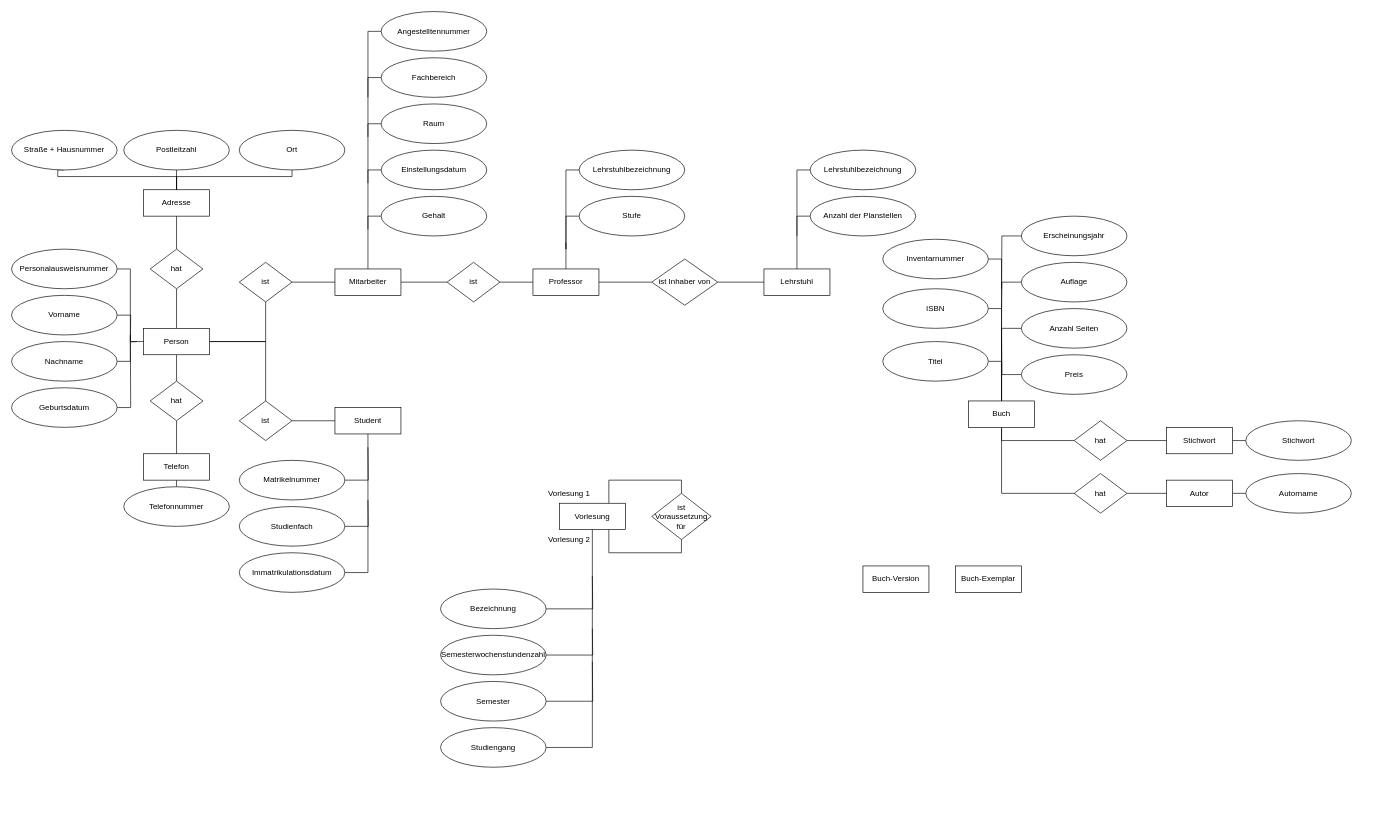
Above: Universitaetsbeispiel.drawio in ingvargundahar/ER_Diagrams (draw.io), before the change. Source tidied: cells renumbered, new cells numbered last; positions are measured from the earlier drawing's top-left corner, leaving out a move shared by most shapes. Both pictures are drawn from the tidied source at 66%, with x=0, y=0 at pixel (11, 11).
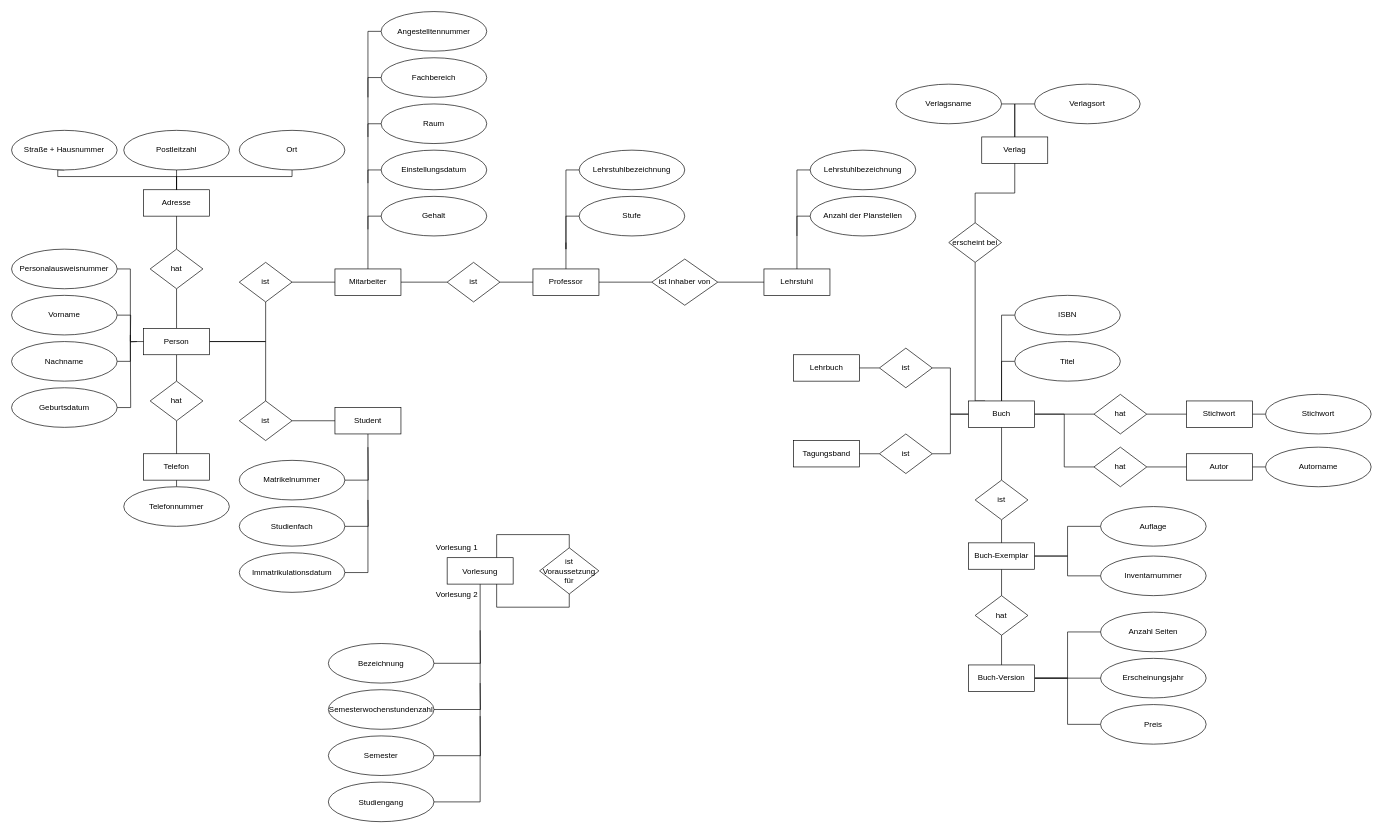
The same page after the edit.

Unchanged cells that the change refers to:
```xml
<mxCell id="86" value="Buch" style="whiteSpace=wrap;html=1;align=center;" parent="1" vertex="1">
  <mxGeometry x="1450" y="590" width="100" height="40" as="geometry" />
</mxCell>
```

The edit, as a diff of the source:
```diff
@@
     <mxCell id="69" value="Vorlesung" style="whiteSpace=wrap;html=1;align=center;" parent="1" vertex="1">
-      <mxGeometry x="830" y="745" width="100" height="40" as="geometry" />
+      <mxGeometry x="660" y="827.5" width="100" height="40" as="geometry" />
     </mxCell>
@@
     <mxCell id="71" value="ist Voraussetzung für" style="shape=rhombus;perimeter=rhombusPerimeter;whiteSpace=wrap;html=1;align=center;" parent="1" vertex="1">
-      <mxGeometry x="970" y="730" width="90" height="70" as="geometry" />
+      <mxGeometry x="800" y="812.5" width="90" height="70" as="geometry" />
     </mxCell>
     <mxCell id="72" style="edgeStyle=orthogonalEdgeStyle;rounded=0;jettySize=auto;html=1;exitX=1;exitY=0.5;exitDx=0;exitDy=0;endArrow=none;endFill=0;" parent="1" edge="1" source="73">
       <mxGeometry relative="1" as="geometry">
-        <mxPoint x="880" y="855" as="targetPoint" />
+        <mxPoint x="710" y="937.5" as="targetPoint" />
       </mxGeometry>
     </mxCell>
     <mxCell id="73" value="Bezeichnung" style="ellipse;whiteSpace=wrap;html=1;align=center;" parent="1" vertex="1">
-      <mxGeometry x="650" y="875" width="160" height="60" as="geometry" />
+      <mxGeometry x="480" y="957.5" width="160" height="60" as="geometry" />
     </mxCell>
     <mxCell id="74" style="edgeStyle=orthogonalEdgeStyle;rounded=0;jettySize=auto;html=1;exitX=1;exitY=0.5;exitDx=0;exitDy=0;endArrow=none;endFill=0;" parent="1" edge="1" source="75">
       <mxGeometry relative="1" as="geometry">
-        <mxPoint x="880" y="935" as="targetPoint" />
+        <mxPoint x="710" y="1017.5" as="targetPoint" />
       </mxGeometry>
     </mxCell>
     <mxCell id="75" value="Semesterwochenstundenzahl" style="ellipse;whiteSpace=wrap;html=1;align=center;" parent="1" vertex="1">
-      <mxGeometry x="650" y="945" width="160" height="60" as="geometry" />
+      <mxGeometry x="480" y="1027.5" width="160" height="60" as="geometry" />
     </mxCell>
     <mxCell id="76" style="edgeStyle=orthogonalEdgeStyle;rounded=0;jettySize=auto;html=1;exitX=1;exitY=0.5;exitDx=0;exitDy=0;endArrow=none;endFill=0;" parent="1" edge="1" source="77">
       <mxGeometry relative="1" as="geometry">
-        <mxPoint x="880" y="985" as="targetPoint" />
+        <mxPoint x="710" y="1067.5" as="targetPoint" />
       </mxGeometry>
     </mxCell>
     <mxCell id="77" value="Semester" style="ellipse;whiteSpace=wrap;html=1;align=center;" parent="1" vertex="1">
-      <mxGeometry x="650" y="1015" width="160" height="60" as="geometry" />
+      <mxGeometry x="480" y="1097.5" width="160" height="60" as="geometry" />
     </mxCell>
     <mxCell id="78" value="Studiengang" style="ellipse;whiteSpace=wrap;html=1;align=center;" parent="1" vertex="1">
-      <mxGeometry x="650" y="1085" width="160" height="60" as="geometry" />
+      <mxGeometry x="480" y="1167.5" width="160" height="60" as="geometry" />
     </mxCell>
     <mxCell id="79" value="Vorlesung 1" style="text;html=1;strokeColor=none;fillColor=none;align=center;verticalAlign=middle;whiteSpace=wrap;rounded=0;" parent="1" vertex="1">
-      <mxGeometry x="810" y="715" width="70" height="30" as="geometry" />
+      <mxGeometry x="640" y="797.5" width="70" height="30" as="geometry" />
     </mxCell>
     <mxCell id="80" value="Vorlesung 2" style="text;html=1;strokeColor=none;fillColor=none;align=center;verticalAlign=middle;whiteSpace=wrap;rounded=0;" parent="1" vertex="1">
-      <mxGeometry x="810" y="785" width="70" height="30" as="geometry" />
+      <mxGeometry x="640" y="867.5" width="70" height="30" as="geometry" />
     </mxCell>
-    <mxCell id="81" style="edgeStyle=orthogonalEdgeStyle;rounded=0;jettySize=auto;html=1;entryX=1;entryY=0.5;entryDx=0;entryDy=0;endArrow=none;endFill=0;" parent="1" edge="1" source="86" target="87">
-      <mxGeometry relative="1" as="geometry" />
-    </mxCell>
-    <mxCell id="82" style="edgeStyle=orthogonalEdgeStyle;rounded=0;jettySize=auto;html=1;exitX=0.5;exitY=0;exitDx=0;exitDy=0;entryX=1;entryY=0.5;entryDx=0;entryDy=0;endArrow=none;endFill=0;" parent="1" edge="1" source="86" target="88">
-      <mxGeometry relative="1" as="geometry" />
-    </mxCell>
-    <mxCell id="83" style="edgeStyle=orthogonalEdgeStyle;rounded=0;jettySize=auto;html=1;exitX=0.5;exitY=0;exitDx=0;exitDy=0;entryX=1;entryY=0.5;entryDx=0;entryDy=0;endArrow=none;endFill=0;" parent="1" edge="1" source="86" target="89">
-      <mxGeometry relative="1" as="geometry" />
-    </mxCell>
+    <mxCell id="110" style="edgeStyle=orthogonalEdgeStyle;rounded=0;jettySize=auto;html=1;exitX=0.5;exitY=1;exitDx=0;exitDy=0;entryX=0.5;entryY=0;entryDx=0;entryDy=0;endArrow=none;endFill=0;" parent="1" edge="1" source="86" target="123">
+      <mxGeometry relative="1" as="geometry" />
+    </mxCell>
-    <mxCell id="84" style="edgeStyle=orthogonalEdgeStyle;rounded=0;jettySize=auto;html=1;exitX=0.5;exitY=1;exitDx=0;exitDy=0;entryX=0;entryY=0.5;entryDx=0;entryDy=0;endArrow=none;endFill=0;" parent="1" edge="1" source="86" target="107">
+    <mxCell id="84" style="edgeStyle=orthogonalEdgeStyle;rounded=0;jettySize=auto;html=1;exitX=1;exitY=0.5;exitDx=0;exitDy=0;entryX=0;entryY=0.5;entryDx=0;entryDy=0;endArrow=none;endFill=0;" parent="1" edge="1" source="86" target="107">
       <mxGeometry relative="1" as="geometry" />
     </mxCell>
-    <mxCell id="85" style="edgeStyle=orthogonalEdgeStyle;rounded=0;jettySize=auto;html=1;exitX=0.5;exitY=1;exitDx=0;exitDy=0;entryX=0;entryY=0.5;entryDx=0;entryDy=0;endArrow=none;endFill=0;" parent="1" edge="1" source="86" target="109">
+    <mxCell id="85" style="edgeStyle=orthogonalEdgeStyle;rounded=0;jettySize=auto;html=1;exitX=1;exitY=0.5;exitDx=0;exitDy=0;entryX=0;entryY=0.5;entryDx=0;entryDy=0;endArrow=none;endFill=0;" parent="1" edge="1" source="86" target="109">
       <mxGeometry relative="1" as="geometry" />
     </mxCell>
+    <mxCell id="111" style="edgeStyle=orthogonalEdgeStyle;rounded=0;jettySize=auto;html=1;exitX=0;exitY=0.5;exitDx=0;exitDy=0;entryX=1;entryY=0.5;entryDx=0;entryDy=0;endArrow=none;endFill=0;" parent="1" edge="1" source="86" target="129">
+      <mxGeometry relative="1" as="geometry" />
+    </mxCell>
+    <mxCell id="112" style="edgeStyle=orthogonalEdgeStyle;rounded=0;jettySize=auto;html=1;exitX=0;exitY=0.5;exitDx=0;exitDy=0;entryX=1;entryY=0.5;entryDx=0;entryDy=0;endArrow=none;endFill=0;" parent="1" edge="1" source="86" target="131">
+      <mxGeometry relative="1" as="geometry" />
+    </mxCell>
+    <mxCell id="113" style="edgeStyle=orthogonalEdgeStyle;rounded=0;jettySize=auto;html=1;exitX=0.25;exitY=0;exitDx=0;exitDy=0;entryX=0.5;entryY=1;entryDx=0;entryDy=0;endArrow=none;endFill=0;" parent="1" edge="1" source="86" target="138">
+      <mxGeometry relative="1" as="geometry">
+        <Array as="points">
+          <mxPoint x="1460" y="590" />
+        </Array>
+      </mxGeometry>
+    </mxCell>
@@
-    <mxCell id="87" value="Inventarnummer" style="ellipse;whiteSpace=wrap;html=1;align=center;" parent="1" vertex="1">
-      <mxGeometry x="1320" y="345" width="160" height="60" as="geometry" />
-    </mxCell>
+    <mxCell id="114" style="edgeStyle=orthogonalEdgeStyle;rounded=0;jettySize=auto;html=1;exitX=0;exitY=0.5;exitDx=0;exitDy=0;entryX=0.5;entryY=0;entryDx=0;entryDy=0;endArrow=none;endFill=0;" parent="1" edge="1" source="88" target="86">
+      <mxGeometry relative="1" as="geometry" />
+    </mxCell>
     <mxCell id="88" value="ISBN" style="ellipse;whiteSpace=wrap;html=1;align=center;" parent="1" vertex="1">
-      <mxGeometry x="1320" y="420" width="160" height="60" as="geometry" />
+      <mxGeometry x="1520" y="430" width="160" height="60" as="geometry" />
     </mxCell>
+    <mxCell id="115" style="edgeStyle=orthogonalEdgeStyle;rounded=0;jettySize=auto;html=1;exitX=0;exitY=0.5;exitDx=0;exitDy=0;entryX=0.5;entryY=0;entryDx=0;entryDy=0;endArrow=none;endFill=0;" parent="1" edge="1" source="89" target="86">
+      <mxGeometry relative="1" as="geometry" />
+    </mxCell>
     <mxCell id="89" value="Titel" style="ellipse;whiteSpace=wrap;html=1;align=center;" parent="1" vertex="1">
-      <mxGeometry x="1320" y="500" width="160" height="60" as="geometry" />
+      <mxGeometry x="1520" y="500" width="160" height="60" as="geometry" />
     </mxCell>
-    <mxCell id="90" style="edgeStyle=orthogonalEdgeStyle;rounded=0;jettySize=auto;html=1;exitX=0;exitY=0.5;exitDx=0;exitDy=0;endArrow=none;endFill=0;" parent="1" edge="1" source="91">
-      <mxGeometry relative="1" as="geometry">
-        <mxPoint x="1500" y="420" as="targetPoint" />
-      </mxGeometry>
-    </mxCell>
     <mxCell id="91" value="Erscheinungsjahr" style="ellipse;whiteSpace=wrap;html=1;align=center;" parent="1" vertex="1">
-      <mxGeometry x="1530" y="310" width="160" height="60" as="geometry" />
+      <mxGeometry x="1650" y="980" width="160" height="60" as="geometry" />
     </mxCell>
-    <mxCell id="92" style="edgeStyle=orthogonalEdgeStyle;rounded=0;jettySize=auto;html=1;exitX=0;exitY=0.5;exitDx=0;exitDy=0;endArrow=none;endFill=0;" parent="1" edge="1" source="93">
-      <mxGeometry relative="1" as="geometry">
-        <mxPoint x="1500" y="450" as="targetPoint" />
-      </mxGeometry>
-    </mxCell>
-    <mxCell id="93" value="Auflage" style="ellipse;whiteSpace=wrap;html=1;align=center;" parent="1" vertex="1">
-      <mxGeometry x="1530" y="380" width="160" height="60" as="geometry" />
-    </mxCell>
-    <mxCell id="94" style="edgeStyle=orthogonalEdgeStyle;rounded=0;jettySize=auto;html=1;exitX=0;exitY=0.5;exitDx=0;exitDy=0;endArrow=none;endFill=0;" parent="1" edge="1" source="95">
-      <mxGeometry relative="1" as="geometry">
-        <mxPoint x="1500" y="500" as="targetPoint" />
-      </mxGeometry>
-    </mxCell>
     <mxCell id="95" value="Anzahl Seiten" style="ellipse;whiteSpace=wrap;html=1;align=center;" parent="1" vertex="1">
-      <mxGeometry x="1530" y="450" width="160" height="60" as="geometry" />
+      <mxGeometry x="1650" y="910" width="160" height="60" as="geometry" />
     </mxCell>
-    <mxCell id="96" style="edgeStyle=orthogonalEdgeStyle;rounded=0;jettySize=auto;html=1;exitX=0;exitY=0.5;exitDx=0;exitDy=0;endArrow=none;endFill=0;" parent="1" edge="1" source="97">
-      <mxGeometry relative="1" as="geometry">
-        <mxPoint x="1500" y="500" as="targetPoint" />
-      </mxGeometry>
-    </mxCell>
-    <mxCell id="97" value="Preis" style="ellipse;whiteSpace=wrap;html=1;align=center;" parent="1" vertex="1">
-      <mxGeometry x="1530" y="520" width="160" height="60" as="geometry" />
-    </mxCell>
+    <mxCell id="116" style="edgeStyle=orthogonalEdgeStyle;rounded=0;jettySize=auto;html=1;exitX=1;exitY=0.5;exitDx=0;exitDy=0;entryX=0;entryY=0.5;entryDx=0;entryDy=0;endArrow=none;endFill=0;" parent="1" edge="1" source="98" target="87">
+      <mxGeometry relative="1" as="geometry" />
+    </mxCell>
+    <mxCell id="117" style="edgeStyle=orthogonalEdgeStyle;rounded=0;jettySize=auto;html=1;exitX=0.5;exitY=1;exitDx=0;exitDy=0;entryX=0.5;entryY=0;entryDx=0;entryDy=0;endArrow=none;endFill=0;" parent="1" edge="1" source="98" target="124">
+      <mxGeometry relative="1" as="geometry" />
+    </mxCell>
     <mxCell id="98" value="Buch-Exemplar" style="whiteSpace=wrap;html=1;align=center;" parent="1" vertex="1">
-      <mxGeometry x="1430" y="840" width="100" height="40" as="geometry" />
+      <mxGeometry x="1450" y="805" width="100" height="40" as="geometry" />
     </mxCell>
+    <mxCell id="118" style="edgeStyle=orthogonalEdgeStyle;rounded=0;jettySize=auto;html=1;exitX=0.5;exitY=0;exitDx=0;exitDy=0;entryX=0.5;entryY=1;entryDx=0;entryDy=0;endArrow=none;endFill=0;" parent="1" edge="1" source="99" target="124">
+      <mxGeometry relative="1" as="geometry" />
+    </mxCell>
+    <mxCell id="119" style="edgeStyle=orthogonalEdgeStyle;rounded=0;jettySize=auto;html=1;exitX=1;exitY=0.5;exitDx=0;exitDy=0;entryX=0;entryY=0.5;entryDx=0;entryDy=0;endArrow=none;endFill=0;" parent="1" edge="1" source="99" target="95">
+      <mxGeometry relative="1" as="geometry" />
+    </mxCell>
+    <mxCell id="120" style="edgeStyle=orthogonalEdgeStyle;rounded=0;jettySize=auto;html=1;exitX=1;exitY=0.5;exitDx=0;exitDy=0;entryX=0;entryY=0.5;entryDx=0;entryDy=0;endArrow=none;endFill=0;" parent="1" edge="1" source="99" target="91">
+      <mxGeometry relative="1" as="geometry" />
+    </mxCell>
+    <mxCell id="121" style="edgeStyle=orthogonalEdgeStyle;rounded=0;jettySize=auto;html=1;exitX=1;exitY=0.5;exitDx=0;exitDy=0;entryX=0;entryY=0.5;entryDx=0;entryDy=0;endArrow=none;endFill=0;" parent="1" edge="1" source="99" target="97">
+      <mxGeometry relative="1" as="geometry" />
+    </mxCell>
     <mxCell id="99" value="Buch-Version" style="whiteSpace=wrap;html=1;align=center;" parent="1" vertex="1">
-      <mxGeometry x="1290" y="840" width="100" height="40" as="geometry" />
+      <mxGeometry x="1450" y="990" width="100" height="40" as="geometry" />
     </mxCell>
@@
     <mxCell id="101" value="Stichwort" style="whiteSpace=wrap;html=1;align=center;" parent="1" vertex="1">
-      <mxGeometry x="1750" y="630" width="100" height="40" as="geometry" />
+      <mxGeometry x="1780" y="590" width="100" height="40" as="geometry" />
     </mxCell>
@@
     <mxCell id="103" value="Autor" style="whiteSpace=wrap;html=1;align=center;" parent="1" vertex="1">
-      <mxGeometry x="1750" y="710" width="100" height="40" as="geometry" />
+      <mxGeometry x="1780" y="670" width="100" height="40" as="geometry" />
     </mxCell>
     <mxCell id="104" value="Stichwort" style="ellipse;whiteSpace=wrap;html=1;align=center;" parent="1" vertex="1">
-      <mxGeometry x="1870" y="620" width="160" height="60" as="geometry" />
+      <mxGeometry x="1900" y="580" width="160" height="60" as="geometry" />
     </mxCell>
     <mxCell id="105" value="Autorname" style="ellipse;whiteSpace=wrap;html=1;align=center;" parent="1" vertex="1">
-      <mxGeometry x="1870" y="700" width="160" height="60" as="geometry" />
+      <mxGeometry x="1900" y="660" width="160" height="60" as="geometry" />
     </mxCell>
@@
     <mxCell id="107" value="hat" style="shape=rhombus;perimeter=rhombusPerimeter;whiteSpace=wrap;html=1;align=center;" parent="1" vertex="1">
-      <mxGeometry x="1610" y="620" width="80" height="60" as="geometry" />
+      <mxGeometry x="1640" y="580" width="80" height="60" as="geometry" />
     </mxCell>
@@
     <mxCell id="109" value="hat" style="shape=rhombus;perimeter=rhombusPerimeter;whiteSpace=wrap;html=1;align=center;" parent="1" vertex="1">
-      <mxGeometry x="1610" y="700" width="80" height="60" as="geometry" />
+      <mxGeometry x="1640" y="660" width="80" height="60" as="geometry" />
     </mxCell>
+    <mxCell id="87" value="Inventarnummer" style="ellipse;whiteSpace=wrap;html=1;align=center;" parent="1" vertex="1">
+      <mxGeometry x="1650" y="825" width="160" height="60" as="geometry" />
+    </mxCell>
+    <mxCell id="122" style="edgeStyle=orthogonalEdgeStyle;rounded=0;jettySize=auto;html=1;exitX=0.5;exitY=1;exitDx=0;exitDy=0;entryX=0.5;entryY=0;entryDx=0;entryDy=0;endArrow=none;endFill=0;" parent="1" edge="1" source="123" target="98">
+      <mxGeometry relative="1" as="geometry" />
+    </mxCell>
+    <mxCell id="123" value="ist" style="shape=rhombus;perimeter=rhombusPerimeter;whiteSpace=wrap;html=1;align=center;" parent="1" vertex="1">
+      <mxGeometry x="1460" y="710" width="80" height="60" as="geometry" />
+    </mxCell>
+    <mxCell id="124" value="hat" style="shape=rhombus;perimeter=rhombusPerimeter;whiteSpace=wrap;html=1;align=center;" parent="1" vertex="1">
+      <mxGeometry x="1460" y="885" width="80" height="60" as="geometry" />
+    </mxCell>
+    <mxCell id="125" style="edgeStyle=orthogonalEdgeStyle;rounded=0;jettySize=auto;html=1;exitX=0;exitY=0.5;exitDx=0;exitDy=0;entryX=1;entryY=0.5;entryDx=0;entryDy=0;endArrow=none;endFill=0;" parent="1" edge="1" source="93" target="98">
+      <mxGeometry relative="1" as="geometry" />
+    </mxCell>
+    <mxCell id="93" value="Auflage" style="ellipse;whiteSpace=wrap;html=1;align=center;" parent="1" vertex="1">
+      <mxGeometry x="1650" y="750" width="160" height="60" as="geometry" />
+    </mxCell>
+    <mxCell id="97" value="Preis" style="ellipse;whiteSpace=wrap;html=1;align=center;" parent="1" vertex="1">
+      <mxGeometry x="1650" y="1050" width="160" height="60" as="geometry" />
+    </mxCell>
+    <mxCell id="126" value="Lehrbuch" style="whiteSpace=wrap;html=1;align=center;" parent="1" vertex="1">
+      <mxGeometry x="1185" y="520" width="100" height="40" as="geometry" />
+    </mxCell>
+    <mxCell id="127" value="Tagungsband" style="whiteSpace=wrap;html=1;align=center;" parent="1" vertex="1">
+      <mxGeometry x="1185" y="650" width="100" height="40" as="geometry" />
+    </mxCell>
+    <mxCell id="128" style="edgeStyle=orthogonalEdgeStyle;rounded=0;jettySize=auto;html=1;exitX=0;exitY=0.5;exitDx=0;exitDy=0;entryX=1;entryY=0.5;entryDx=0;entryDy=0;endArrow=none;endFill=0;" parent="1" edge="1" source="129" target="126">
+      <mxGeometry relative="1" as="geometry" />
+    </mxCell>
+    <mxCell id="129" value="ist" style="shape=rhombus;perimeter=rhombusPerimeter;whiteSpace=wrap;html=1;align=center;" parent="1" vertex="1">
+      <mxGeometry x="1315" y="510" width="80" height="60" as="geometry" />
+    </mxCell>
+    <mxCell id="130" style="edgeStyle=orthogonalEdgeStyle;rounded=0;jettySize=auto;html=1;exitX=0;exitY=0.5;exitDx=0;exitDy=0;entryX=1;entryY=0.5;entryDx=0;entryDy=0;endArrow=none;endFill=0;" parent="1" edge="1" source="131" target="127">
+      <mxGeometry relative="1" as="geometry" />
+    </mxCell>
+    <mxCell id="131" value="ist" style="shape=rhombus;perimeter=rhombusPerimeter;whiteSpace=wrap;html=1;align=center;" parent="1" vertex="1">
+      <mxGeometry x="1315" y="640" width="80" height="60" as="geometry" />
+    </mxCell>
+    <mxCell id="132" style="edgeStyle=orthogonalEdgeStyle;rounded=0;jettySize=auto;html=1;exitX=0.5;exitY=0;exitDx=0;exitDy=0;entryX=1;entryY=0.5;entryDx=0;entryDy=0;endArrow=none;endFill=0;" parent="1" edge="1" source="133" target="134">
+      <mxGeometry relative="1" as="geometry" />
+    </mxCell>
+    <mxCell id="133" value="Verlag" style="whiteSpace=wrap;html=1;align=center;" parent="1" vertex="1">
+      <mxGeometry x="1470" y="190" width="100" height="40" as="geometry" />
+    </mxCell>
+    <mxCell id="134" value="Verlagsname" style="ellipse;whiteSpace=wrap;html=1;align=center;" parent="1" vertex="1">
+      <mxGeometry x="1340" y="110" width="160" height="60" as="geometry" />
+    </mxCell>
+    <mxCell id="135" style="edgeStyle=orthogonalEdgeStyle;rounded=0;jettySize=auto;html=1;exitX=0;exitY=0.5;exitDx=0;exitDy=0;entryX=0.5;entryY=0;entryDx=0;entryDy=0;endArrow=none;endFill=0;" parent="1" edge="1" source="136" target="133">
+      <mxGeometry relative="1" as="geometry" />
+    </mxCell>
+    <mxCell id="136" value="Verlagsort" style="ellipse;whiteSpace=wrap;html=1;align=center;" parent="1" vertex="1">
+      <mxGeometry x="1550" y="110" width="160" height="60" as="geometry" />
+    </mxCell>
+    <mxCell id="137" style="edgeStyle=orthogonalEdgeStyle;rounded=0;jettySize=auto;html=1;exitX=0.5;exitY=0;exitDx=0;exitDy=0;entryX=0.5;entryY=1;entryDx=0;entryDy=0;endArrow=none;endFill=0;" parent="1" edge="1" source="138" target="133">
+      <mxGeometry relative="1" as="geometry" />
+    </mxCell>
+    <mxCell id="138" value="erscheint bei" style="shape=rhombus;perimeter=rhombusPerimeter;whiteSpace=wrap;html=1;align=center;" parent="1" vertex="1">
+      <mxGeometry x="1420" y="320" width="80" height="60" as="geometry" />
+    </mxCell>
```
